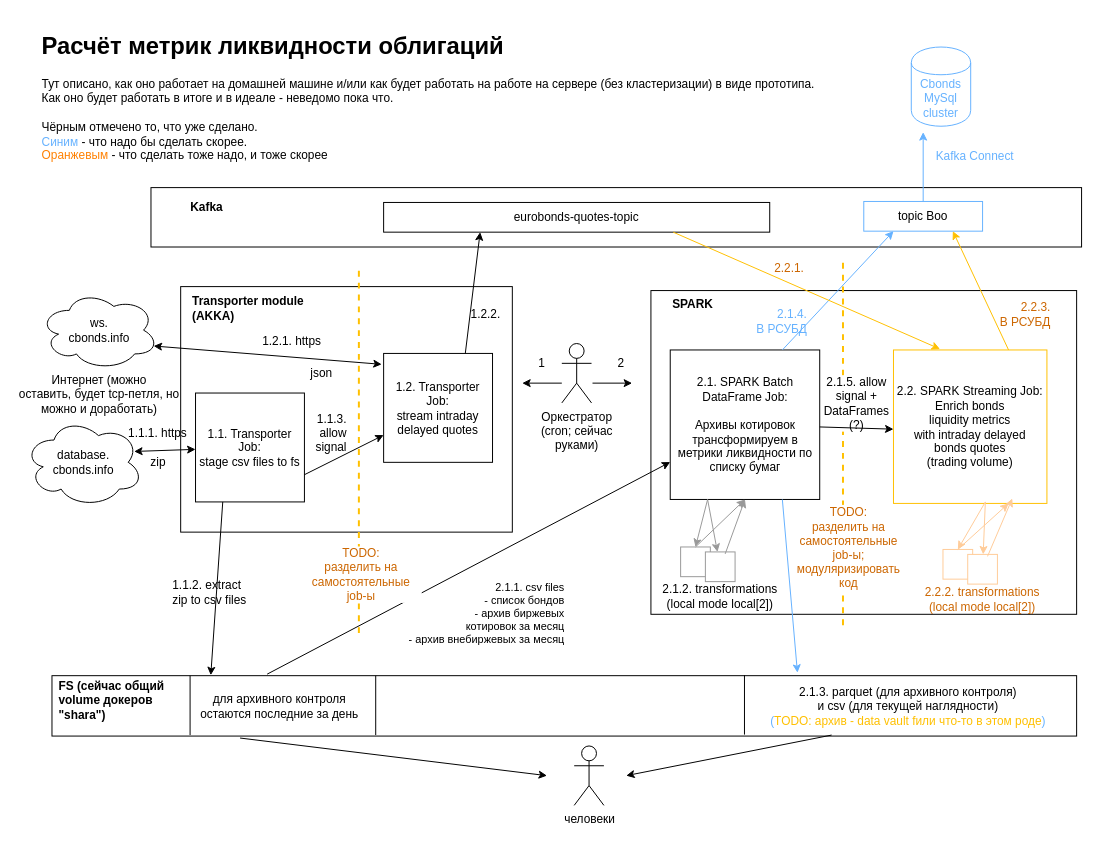
Earlier version of the draw.io diagram arch.drawio (sergei-baranov/eurobonds_liquidity). Source tidied: cells renumbered, new cells numbered last; positions are measured from the earlier drawing's top-left corner, leaving out a move shared by most shapes. Both pictures are drawn from the tidied source at 99%, with x=0, y=0 at pixel (16, 27).
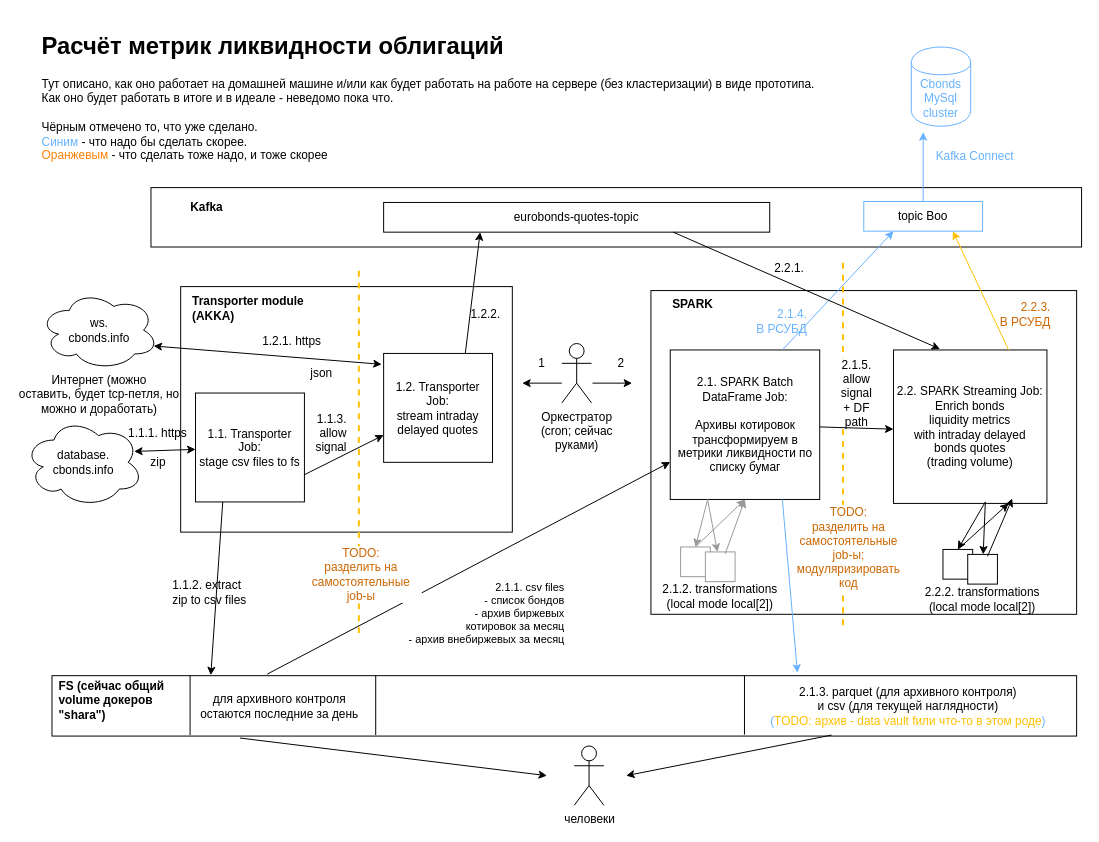
The same page after the edit.

Unchanged cells that the change refers to:
```xml
<mxCell id="47" value="eurobonds-quotes-topic" style="rounded=0;whiteSpace=wrap;html=1;strokeColor=#000000;" parent="1" vertex="1">
  <mxGeometry x="371" y="177" width="390" height="30" as="geometry" />
</mxCell>
```

Diff of the diagram source:
```diff
@@
-    <mxCell id="27" value="2.2. SPARK Streaming Job:&lt;br&gt;Enrich bonds&lt;br&gt;liquidity metrics&lt;br&gt;with&amp;nbsp;intraday delayed&lt;br&gt;bonds quotes&lt;br&gt;(trading volume)" style="whiteSpace=wrap;html=1;strokeColor=#FFC001;" parent="1" vertex="1">
+    <mxCell id="27" value="2.2. SPARK Streaming Job:&lt;br&gt;Enrich bonds&lt;br&gt;liquidity metrics&lt;br&gt;with&amp;nbsp;intraday delayed&lt;br&gt;bonds quotes&lt;br&gt;(trading volume)" style="whiteSpace=wrap;html=1;strokeColor=#000000;" parent="1" vertex="1">
       <mxGeometry x="886" y="326" width="155" height="155" as="geometry" />
     </mxCell>
@@
-    <mxCell id="56" style="endArrow=classic;html=1;strokeColor=#FFC001;strokeWidth=1;fontColor=#66B2FF;entryX=0.303;entryY=-0.006;entryDx=0;entryDy=0;entryPerimeter=0;exitX=0.75;exitY=1;exitDx=0;exitDy=0;" parent="1" edge="1" source="47" target="27">
+    <mxCell id="56" style="endArrow=classic;html=1;strokeColor=#000000;strokeWidth=1;fontColor=#66B2FF;entryX=0.303;entryY=-0.006;entryDx=0;entryDy=0;entryPerimeter=0;exitX=0.75;exitY=1;exitDx=0;exitDy=0;" parent="1" edge="1" source="47" target="27">
       <mxGeometry relative="1" as="geometry" />
     </mxCell>
-    <mxCell id="57" style="whiteSpace=wrap;html=1;strokeColor=#FFCC99;" parent="1" vertex="1">
+    <mxCell id="57" style="whiteSpace=wrap;html=1;strokeColor=#000000;" parent="1" vertex="1">
       <mxGeometry x="936" y="527.5" width="30" height="30" as="geometry" />
     </mxCell>
-    <mxCell id="58" style="whiteSpace=wrap;html=1;strokeColor=#FFCC99;" parent="1" vertex="1">
+    <mxCell id="58" style="whiteSpace=wrap;html=1;strokeColor=#000000;" parent="1" vertex="1">
       <mxGeometry x="961" y="532.5" width="30" height="30" as="geometry" />
     </mxCell>
-    <mxCell id="59" style="endArrow=classic;html=1;exitX=0.25;exitY=1;exitDx=0;exitDy=0;entryX=0.5;entryY=0;entryDx=0;entryDy=0;strokeColor=#FFCC99;" parent="1" edge="1" target="57">
+    <mxCell id="59" style="endArrow=classic;html=1;exitX=0.25;exitY=1;exitDx=0;exitDy=0;entryX=0.5;entryY=0;entryDx=0;entryDy=0;strokeColor=#000000;" parent="1" edge="1" target="57">
       <mxGeometry relative="1" as="geometry">
         <mxPoint x="978.8" y="479.5" as="sourcePoint" />
       </mxGeometry>
     </mxCell>
-    <mxCell id="60" style="endArrow=classic;html=1;exitX=0.25;exitY=1;exitDx=0;exitDy=0;strokeColor=#FFCC99;" parent="1" edge="1" target="58">
+    <mxCell id="60" style="endArrow=classic;html=1;exitX=0.25;exitY=1;exitDx=0;exitDy=0;strokeColor=#000000;" parent="1" edge="1" target="58">
       <mxGeometry relative="1" as="geometry">
         <mxPoint x="978.8" y="479.5" as="sourcePoint" />
       </mxGeometry>
     </mxCell>
-    <mxCell id="61" style="endArrow=classic;html=1;entryX=0.75;entryY=1;entryDx=0;entryDy=0;exitX=0.5;exitY=0;exitDx=0;exitDy=0;strokeColor=#FFCC99;" parent="1" edge="1" source="57" target="27">
+    <mxCell id="61" style="endArrow=classic;html=1;entryX=0.75;entryY=1;entryDx=0;entryDy=0;exitX=0.5;exitY=0;exitDx=0;exitDy=0;strokeColor=#000000;" parent="1" edge="1" source="57" target="27">
       <mxGeometry relative="1" as="geometry" />
     </mxCell>
-    <mxCell id="62" style="endArrow=classic;html=1;strokeColor=#FFCC99;" parent="1" edge="1">
+    <mxCell id="62" style="endArrow=classic;html=1;strokeColor=#000000;" parent="1" edge="1">
       <mxGeometry relative="1" as="geometry">
         <mxPoint x="981" y="534.5" as="sourcePoint" />
         <mxPoint x="1006" y="476" as="targetPoint" />
       </mxGeometry>
     </mxCell>
-    <mxCell id="63" value="2.2.2. transformations&lt;br&gt;(local mode&amp;nbsp;local[2])" style="text;html=1;strokeColor=none;fillColor=none;align=center;verticalAlign=middle;whiteSpace=wrap;rounded=0;fontColor=#CC6600;" parent="1" vertex="1">
+    <mxCell id="63" value="2.2.2. transformations&lt;br&gt;(local mode&amp;nbsp;local[2])" style="text;html=1;strokeColor=none;fillColor=none;align=center;verticalAlign=middle;whiteSpace=wrap;rounded=0;fontColor=#000000;" parent="1" vertex="1">
       <mxGeometry x="896" y="568" width="160" height="20" as="geometry" />
     </mxCell>
-    <mxCell id="64" value="2.2.1." style="text;html=1;strokeColor=none;fillColor=none;align=center;verticalAlign=middle;whiteSpace=wrap;rounded=0;fontColor=#CC6600;" parent="1" vertex="1">
+    <mxCell id="64" value="2.2.1." style="text;html=1;strokeColor=none;fillColor=none;align=center;verticalAlign=middle;whiteSpace=wrap;rounded=0;fontColor=#000000;" parent="1" vertex="1">
       <mxGeometry x="761" y="234" width="40" height="20" as="geometry" />
     </mxCell>
@@
-    <mxCell id="75" value="2.1.5. allow signal + DataFrames (?)" style="text;html=1;strokeColor=none;fillColor=none;align=center;verticalAlign=middle;whiteSpace=wrap;rounded=0;labelBackgroundColor=#ffffff;" parent="1" vertex="1">
-      <mxGeometry x="829" y="369.5" width="40" height="20" as="geometry" />
+    <mxCell id="75" value="2.1.5. allow signal + DF path" style="text;html=1;strokeColor=none;fillColor=none;align=center;verticalAlign=middle;whiteSpace=wrap;rounded=0;labelBackgroundColor=#ffffff;" parent="1" vertex="1">
+      <mxGeometry x="829" y="359.5" width="40" height="20" as="geometry" />
     </mxCell>
```
